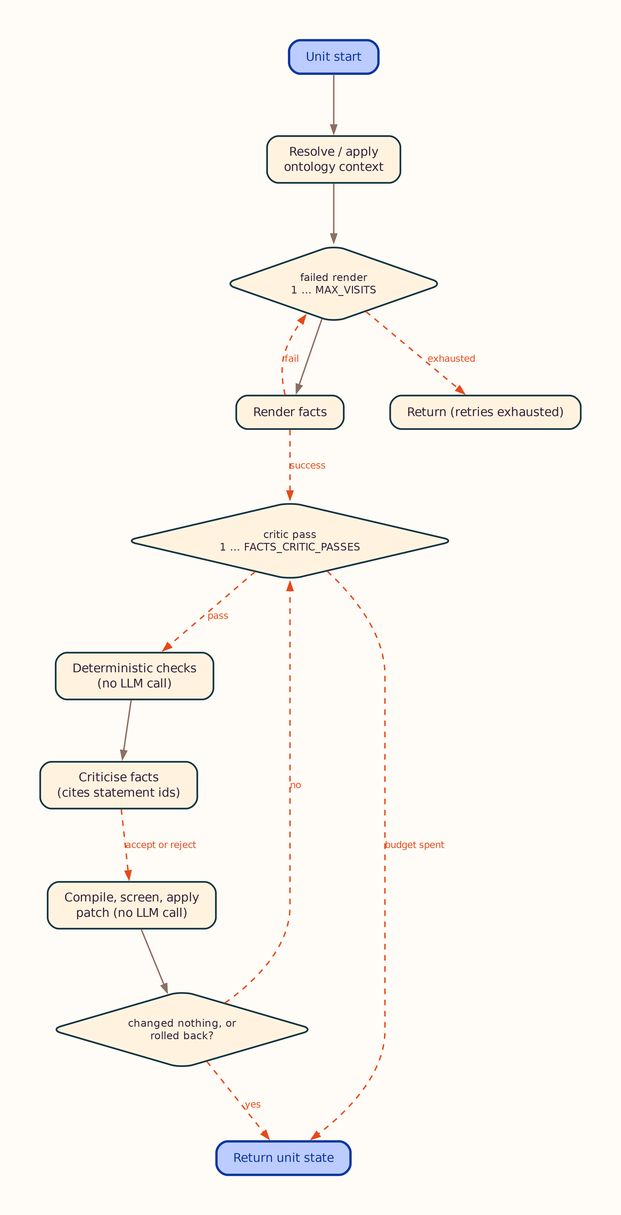
Earlier version of the Mermaid export docs/assets/facts_loop.png (growgraph/ontocast). Its source is kept beside it as docs/assets/facts_loop.mmd. Its diagram source:
```mermaid
---
config:
  flowchart:
    curve: basis
    htmlLabels: true
    useMaxWidth: true
  look: handDrawn
  theme: base
  themeVariables:
    fontFamily: '''Architects Daughter'', cursive'
    fontSize: 20px
    lineColor: '#FFAB91'
    primaryBorderColor: '#143642'
    primaryColor: '#FFF3E0'
    primaryTextColor: '#372237'
---

flowchart TD;
	start([Unit start])
	ctx[Resolve / apply<br/>ontology context]
	render_loop{failed render<br/>1 … MAX_VISITS}
	render_facts[Render facts]
	pass_loop{critic pass<br/>1 … FACTS_CRITIC_PASSES}
	findings[Deterministic checks<br/>(no LLM call)]
	criticise_facts[Criticise facts<br/>(cites statement ids)]
	patch[Compile, screen, apply<br/>patch (no LLM call)]
	converged{changed nothing, or<br/>rolled back?}
	done([Return unit state])
	exhausted([Return (retries exhausted)])
	start --> ctx;
	ctx --> render_loop;
	render_loop --> render_facts;
	render_facts -.->|success| pass_loop;
	render_facts -.->|fail| render_loop;
	render_loop -.->|exhausted| exhausted;
	pass_loop -.->|pass| findings;
	findings --> criticise_facts;
	criticise_facts -.->|accept or reject| patch;
	patch --> converged;
	converged -.->|yes| done;
	converged -.->|no| pass_loop;
	pass_loop -.->|budget spent| done;
```
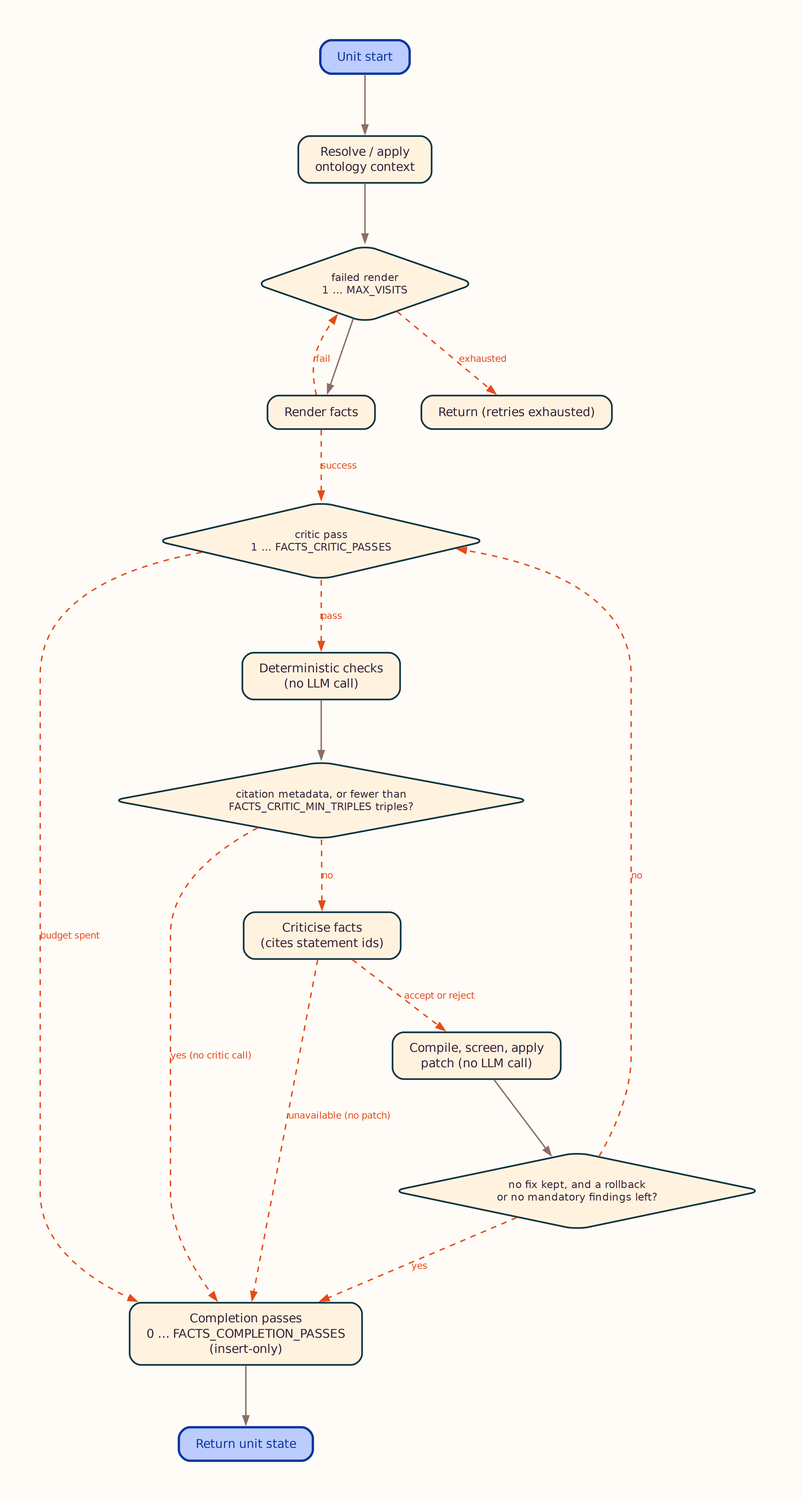
Later version of the same file.

What changed in the source:
```diff
@@ -24,9 +24,11 @@
 	findings[Deterministic checks<br/>(no LLM call)]
 	criticise_facts[Criticise facts<br/>(cites statement ids)]
 	patch[Compile, screen, apply<br/>patch (no LLM call)]
-	converged{changed nothing, or<br/>rolled back?}
+	converged{no fix kept, and a rollback<br/>or no mandatory findings left?}
 	done([Return unit state])
 	exhausted([Return (retries exhausted)])
+	skip_critic{citation metadata, or fewer than<br/>FACTS_CRITIC_MIN_TRIPLES triples?}
+	completion[Completion passes<br/>0 … FACTS_COMPLETION_PASSES<br/>(insert-only)]
 	start --> ctx;
 	ctx --> render_loop;
 	render_loop --> render_facts;
@@ -34,9 +36,13 @@
 	render_facts -.->|fail| render_loop;
 	render_loop -.->|exhausted| exhausted;
 	pass_loop -.->|pass| findings;
-	findings --> criticise_facts;
+	findings --> skip_critic;
 	criticise_facts -.->|accept or reject| patch;
 	patch --> converged;
-	converged -.->|yes| done;
+	converged -.->|yes| completion;
 	converged -.->|no| pass_loop;
-	pass_loop -.->|budget spent| done;
+	pass_loop -.->|budget spent| completion;
+	skip_critic -.->|no| criticise_facts;
+	skip_critic -.->|yes (no critic call)| completion;
+	criticise_facts -.->|unavailable (no patch)| completion;
+	completion --> done;
```
